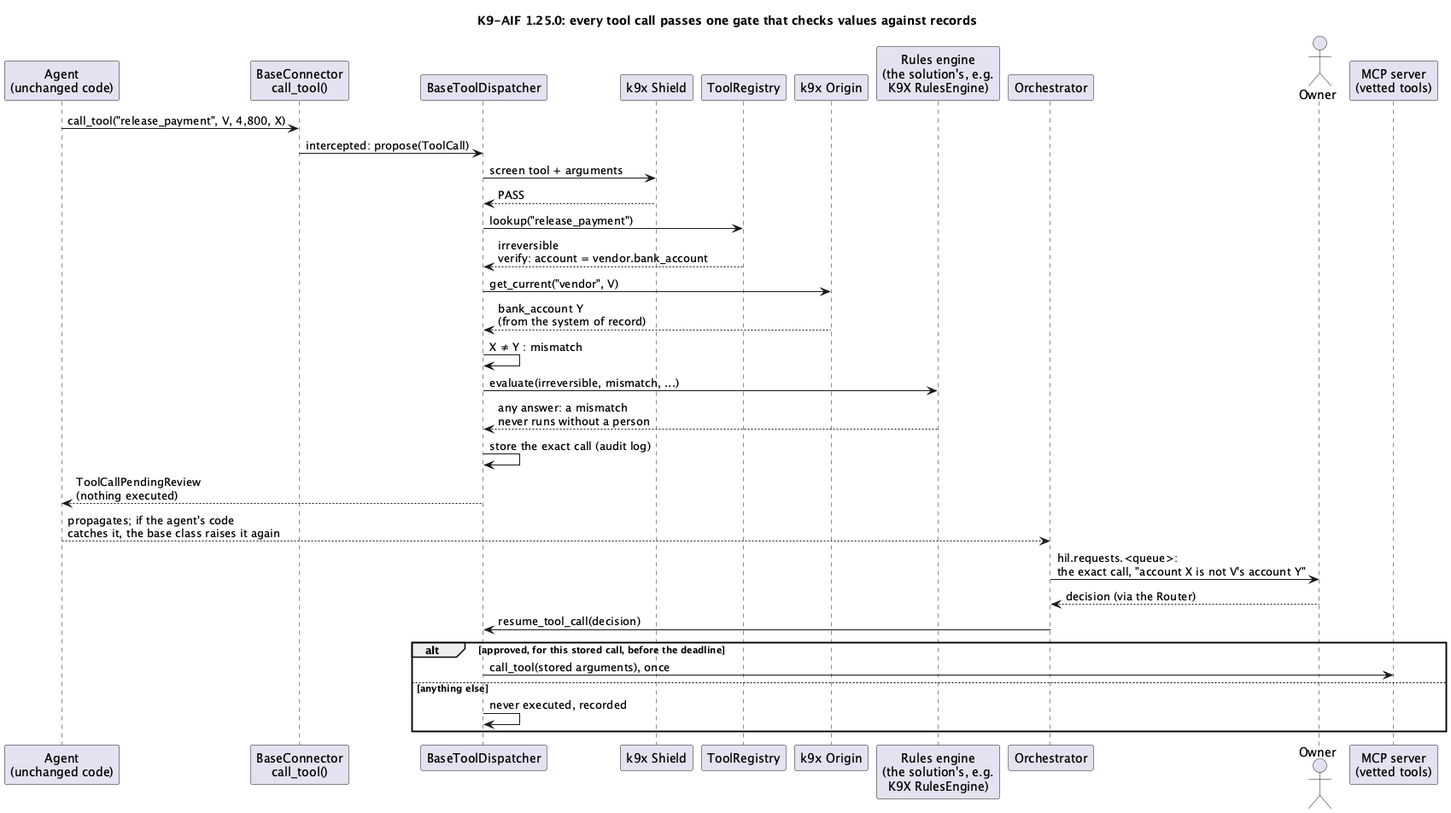
Earlier version of the PlantUML export assets/images/blogs/hil-review-planned.png (k9aif/k9-aif-blogs). The source it was exported from:
```plantuml
@startuml hil-review-planned
title K9-AIF 1.25.0: every tool call passes one gate that checks values against records

participant "Agent\n(unchanged code)" as A
participant "BaseConnector\ncall_tool()" as C
participant "BaseToolDispatcher" as D
participant "k9x Shield" as SE
participant "ToolRegistry" as R
participant "k9x Origin" as OR
participant "Rules engine\n(the solution's, e.g.\nK9X RulesEngine)" as RU
participant "Orchestrator" as O
actor "Owner" as V
participant "MCP server\n(vetted tools)" as T

A -> C : call_tool("release_payment", V, 4,800, X)
C -> D : intercepted: propose(ToolCall)
D -> SE : screen tool + arguments
SE --> D : PASS
D -> R : lookup("release_payment")
R --> D : irreversible\nverify: account = vendor.bank_account
D -> OR : get_current("vendor", V)
OR --> D : bank_account Y\n(from the system of record)
D -> D : X ≠ Y : mismatch
D -> RU : evaluate(irreversible, mismatch, ...)
RU --> D : any answer: a mismatch\nnever runs without a person
D -> D : store the exact call (audit log)
D --> A : ToolCallPendingReview\n(nothing executed)
A --> O : propagates; if the agent's code\ncatches it, the base class raises it again
O -> V : hil.requests.<queue>:\nthe exact call, "account X is not V's account Y"
V --> O : decision (via the Router)
O -> D : resume_tool_call(decision)

alt approved, for this stored call, before the deadline
  D -> T : call_tool(stored arguments), once
else anything else
  D -> D : never executed, recorded
end
@enduml
```
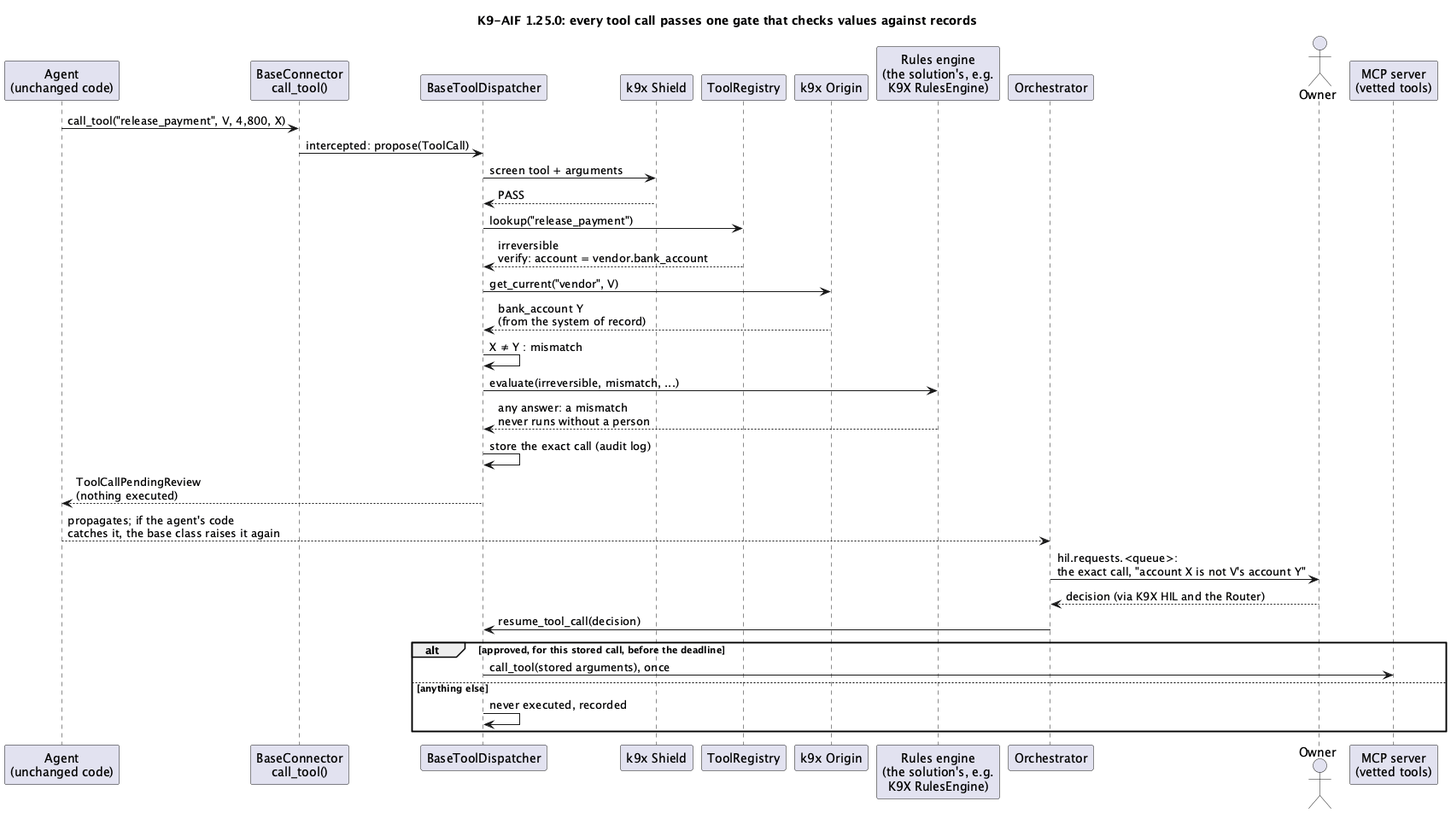
The same file after the commit.

Commit message:
Blog draft: review fixes; K9X RulesEngine only mentioned as in the pipeline

The edit, as a diff of the source:
```diff
@@ -27,7 +27,7 @@
 D --> A : ToolCallPendingReview\n(nothing executed)
 A --> O : propagates; if the agent's code\ncatches it, the base class raises it again
 O -> V : hil.requests.<queue>:\nthe exact call, "account X is not V's account Y"
-V --> O : decision (via the Router)
+V --> O : decision (via K9X HIL and the Router)
 O -> D : resume_tool_call(decision)
 
 alt approved, for this stored call, before the deadline
```
